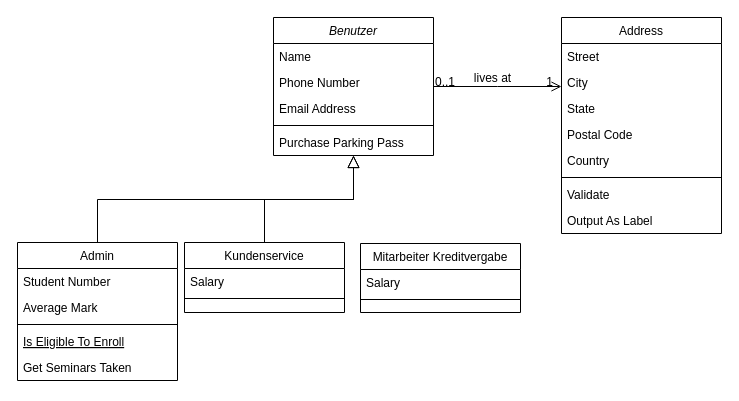
Earlier version of the draw.io diagram page "Technischer Entwurf" (5 of 5) of Datenmodell.drawio (JaSc2912/VerteilteAnwendungen). Source tidied: cells renumbered, new cells numbered last; positions are measured from the earlier drawing's top-left corner, leaving out a move shared by most shapes. Both pictures are drawn from the tidied source at 100%, with x=0, y=0 at pixel (17, 17).
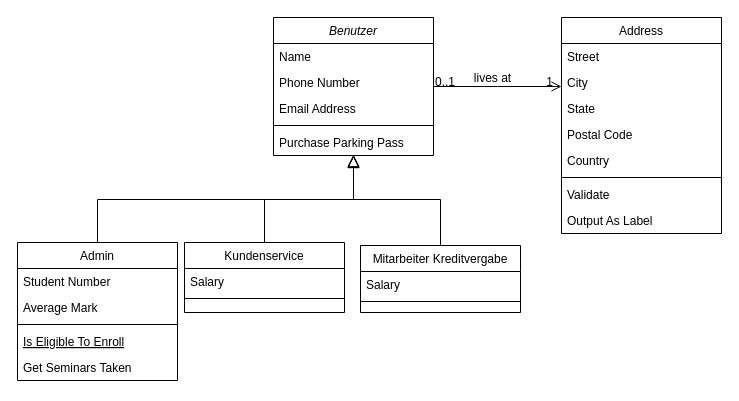
The same page after the edit.

What changed in the source:
```diff
@@
     <mxCell id="32" value="Mitarbeiter Kreditvergabe" style="swimlane;fontStyle=0;align=center;verticalAlign=top;horizontal=1;startSize=26;rounded=0;shadow=0;strokeWidth=1;" parent="1" vertex="1">
-      <mxGeometry x="343" y="226" width="160" height="69" as="geometry" />
+      <mxGeometry x="343" y="228" width="160" height="67" as="geometry" />
     </mxCell>
@@
+    <mxCell id="35" style="endArrow=block;endSize=10;endFill=0;shadow=0;strokeWidth=1;rounded=0;curved=0;edgeStyle=elbowEdgeStyle;elbow=vertical;fontSize=12;exitX=0.5;exitY=0;exitDx=0;exitDy=0;" parent="1" edge="1" source="32">
+      <mxGeometry relative="1" as="geometry">
+        <mxPoint x="336" y="137" as="targetPoint" />
+        <Array as="points">
+          <mxPoint x="382" y="182" />
+        </Array>
+      </mxGeometry>
+    </mxCell>
```
